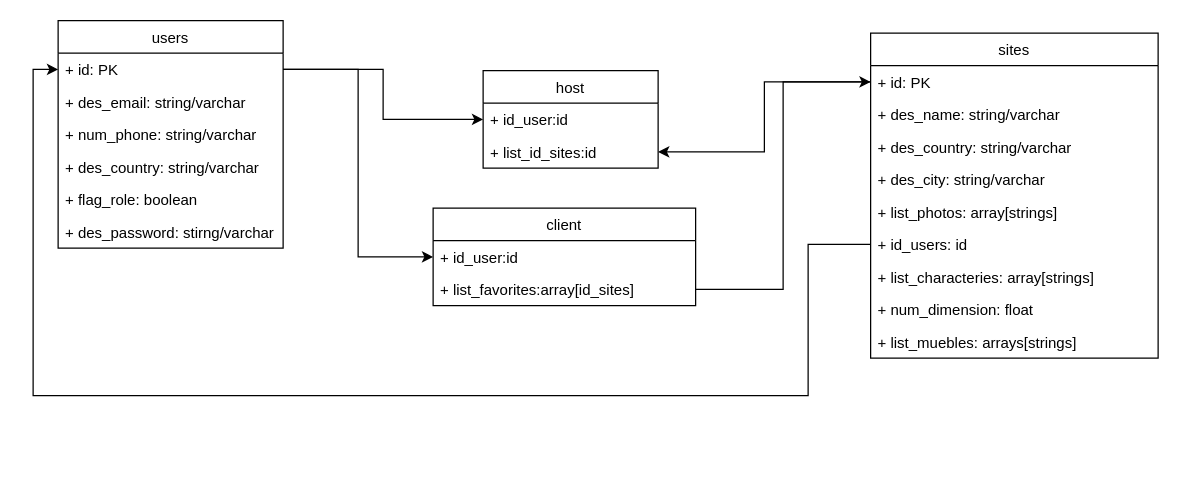
Above: databasediagram.drawio in andresmesad09/Backend-LetsRoomie (draw.io), before the change. Source tidied: cells renumbered, new cells numbered last; positions are measured from the earlier drawing's top-left corner, leaving out a move shared by most shapes. Both pictures are drawn from the tidied source at 125%, with x=0, y=0 at pixel (32, 20).
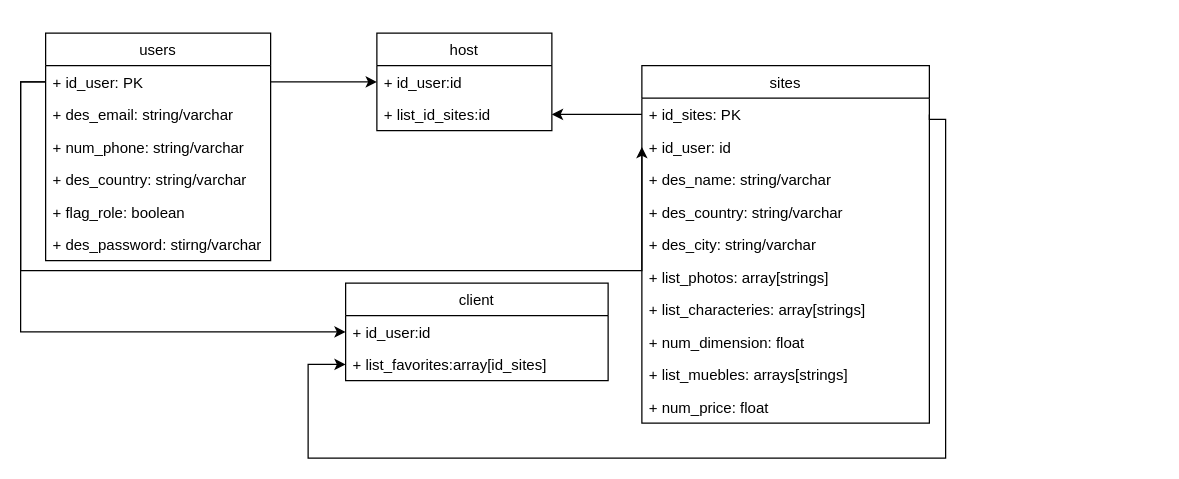
The same page after the edit.

Unchanged cells that the change refers to:
```xml
<mxCell id="27" value="+ id_user:id" style="text;strokeColor=none;fillColor=none;align=left;verticalAlign=top;spacingLeft=4;spacingRight=4;overflow=hidden;points=[[0,0.5],[1,0.5]];portConstraint=eastwest;" parent="26" vertex="1">
  <mxGeometry y="26" width="210" height="26" as="geometry" />
</mxCell>
<mxCell id="28" value="+ list_favorites:array[id_sites]" style="text;strokeColor=none;fillColor=none;align=left;verticalAlign=top;spacingLeft=4;spacingRight=4;overflow=hidden;points=[[0,0.5],[1,0.5]];portConstraint=eastwest;" parent="26" vertex="1">
  <mxGeometry y="52" width="210" height="26" as="geometry" />
</mxCell>
```

Diff of the diagram source:
```diff
@@
+    <mxCell id="11" value="host" style="swimlane;fontStyle=0;horizontal=1;startSize=26;fillColor=none;" parent="1" vertex="1">
+      <mxGeometry x="275" y="10" width="140" height="78" as="geometry" />
+    </mxCell>
+    <mxCell id="12" value="+ id_user:id" style="text;strokeColor=none;fillColor=none;align=left;verticalAlign=top;spacingLeft=4;spacingRight=4;overflow=hidden;points=[[0,0.5],[1,0.5]];portConstraint=eastwest;" parent="11" vertex="1">
+      <mxGeometry y="26" width="140" height="26" as="geometry" />
+    </mxCell>
+    <mxCell id="13" value="+ list_id_sites:id" style="text;strokeColor=none;fillColor=none;align=left;verticalAlign=top;spacingLeft=4;spacingRight=4;overflow=hidden;points=[[0,0.5],[1,0.5]];portConstraint=eastwest;" parent="11" vertex="1">
+      <mxGeometry y="52" width="140" height="26" as="geometry" />
+    </mxCell>
     <mxCell id="2" value="users" style="swimlane;fontStyle=0;horizontal=1;startSize=26;fillColor=none;" parent="1" vertex="1">
-      <mxGeometry x="20" width="180" height="182" as="geometry" />
+      <mxGeometry x="10" y="10" width="180" height="182" as="geometry" />
     </mxCell>
-    <mxCell id="3" value="+ id: PK" style="text;strokeColor=none;fillColor=none;align=left;verticalAlign=top;spacingLeft=4;spacingRight=4;overflow=hidden;points=[[0,0.5],[1,0.5]];portConstraint=eastwest;" parent="2" vertex="1">
+    <mxCell id="3" value="+ id_user: PK" style="text;strokeColor=none;fillColor=none;align=left;verticalAlign=top;spacingLeft=4;spacingRight=4;overflow=hidden;points=[[0,0.5],[1,0.5]];portConstraint=eastwest;" parent="2" vertex="1">
       <mxGeometry y="26" width="180" height="26" as="geometry" />
     </mxCell>
@@
-    <mxCell id="9" style="edgeStyle=orthogonalEdgeStyle;rounded=0;jettySize=auto;html=1;exitX=1;exitY=0.5;exitDx=0;exitDy=0;entryX=0;entryY=0.5;entryDx=0;entryDy=0;" parent="1" edge="1" source="3" target="12">
+    <mxCell id="9" style="edgeStyle=orthogonalEdgeStyle;rounded=0;jettySize=auto;html=1;entryX=0;entryY=0.5;entryDx=0;entryDy=0;" parent="1" edge="1" source="3" target="12">
       <mxGeometry relative="1" as="geometry" />
     </mxCell>
-    <mxCell id="10" style="edgeStyle=orthogonalEdgeStyle;rounded=0;jettySize=auto;html=1;exitX=1;exitY=0.5;exitDx=0;exitDy=0;entryX=0;entryY=0.5;entryDx=0;entryDy=0;" parent="1" edge="1" source="3" target="27">
+    <mxCell id="10" style="edgeStyle=orthogonalEdgeStyle;rounded=0;jettySize=auto;html=1;exitX=0;exitY=0.5;exitDx=0;exitDy=0;entryX=0;entryY=0.5;entryDx=0;entryDy=0;" parent="1" edge="1" source="3" target="27">
       <mxGeometry relative="1" as="geometry" />
     </mxCell>
-    <mxCell id="11" value="host" style="swimlane;fontStyle=0;horizontal=1;startSize=26;fillColor=none;" parent="1" vertex="1">
-      <mxGeometry x="360" y="40" width="140" height="78" as="geometry" />
-    </mxCell>
-    <mxCell id="12" value="+ id_user:id" style="text;strokeColor=none;fillColor=none;align=left;verticalAlign=top;spacingLeft=4;spacingRight=4;overflow=hidden;points=[[0,0.5],[1,0.5]];portConstraint=eastwest;" parent="11" vertex="1">
-      <mxGeometry y="26" width="140" height="26" as="geometry" />
-    </mxCell>
-    <mxCell id="13" value="+ list_id_sites:id" style="text;strokeColor=none;fillColor=none;align=left;verticalAlign=top;spacingLeft=4;spacingRight=4;overflow=hidden;points=[[0,0.5],[1,0.5]];portConstraint=eastwest;" parent="11" vertex="1">
-      <mxGeometry y="52" width="140" height="26" as="geometry" />
-    </mxCell>
+    <mxCell id="30" style="edgeStyle=orthogonalEdgeStyle;rounded=0;jettySize=auto;html=1;exitX=0;exitY=0.5;exitDx=0;exitDy=0;entryX=0;entryY=0.5;entryDx=0;entryDy=0;" parent="1" edge="1" source="3" target="22">
+      <mxGeometry relative="1" as="geometry">
+        <Array as="points">
+          <mxPoint x="-10" y="49" />
+          <mxPoint x="-10" y="200" />
+          <mxPoint x="487" y="200" />
+        </Array>
+      </mxGeometry>
+    </mxCell>
+    <mxCell id="31" style="edgeStyle=orthogonalEdgeStyle;rounded=0;jettySize=auto;html=1;exitX=1;exitY=0.5;exitDx=0;exitDy=0;entryX=0;entryY=0.5;entryDx=0;entryDy=0;" parent="1" edge="1" source="17" target="28">
+      <mxGeometry relative="1" as="geometry">
+        <Array as="points">
+          <mxPoint x="717" y="79" />
+          <mxPoint x="730" y="79" />
+          <mxPoint x="730" y="350" />
+          <mxPoint x="220" y="350" />
+          <mxPoint x="220" y="275" />
+        </Array>
+      </mxGeometry>
+    </mxCell>
@@
-    <mxCell id="15" style="edgeStyle=orthogonalEdgeStyle;rounded=0;jettySize=auto;html=1;exitX=0;exitY=0.5;exitDx=0;exitDy=0;entryX=0;entryY=0.5;entryDx=0;entryDy=0;" parent="1" edge="1" source="22" target="3">
-      <mxGeometry relative="1" as="geometry">
-        <Array as="points">
-          <mxPoint x="620" y="300" />
-          <mxPoint y="300" />
-          <mxPoint y="39" />
-        </Array>
-      </mxGeometry>
-    </mxCell>
     <mxCell id="16" value="sites" style="swimlane;fontStyle=0;horizontal=1;startSize=26;fillColor=none;" parent="1" vertex="1">
-      <mxGeometry x="670" y="10" width="230" height="260" as="geometry" />
+      <mxGeometry x="487" y="36" width="230" height="286" as="geometry" />
     </mxCell>
-    <mxCell id="17" value="+ id: PK" style="text;strokeColor=none;fillColor=none;align=left;verticalAlign=top;spacingLeft=4;spacingRight=4;overflow=hidden;points=[[0,0.5],[1,0.5]];portConstraint=eastwest;" parent="16" vertex="1">
+    <mxCell id="17" value="+ id_sites: PK" style="text;strokeColor=none;fillColor=none;align=left;verticalAlign=top;spacingLeft=4;spacingRight=4;overflow=hidden;points=[[0,0.5],[1,0.5]];portConstraint=eastwest;" parent="16" vertex="1">
       <mxGeometry y="26" width="230" height="26" as="geometry" />
     </mxCell>
+    <mxCell id="22" value="+ id_user: id" style="text;strokeColor=none;fillColor=none;align=left;verticalAlign=top;spacingLeft=4;spacingRight=4;overflow=hidden;points=[[0,0.5],[1,0.5]];portConstraint=eastwest;" parent="16" vertex="1">
+      <mxGeometry y="52" width="230" height="26" as="geometry" />
+    </mxCell>
     <mxCell id="18" value="+ des_name: string/varchar" style="text;strokeColor=none;fillColor=none;align=left;verticalAlign=top;spacingLeft=4;spacingRight=4;overflow=hidden;" parent="16" vertex="1">
-      <mxGeometry y="52" width="230" height="26" as="geometry" />
+      <mxGeometry y="78" width="230" height="26" as="geometry" />
     </mxCell>
     <mxCell id="19" value="+ des_country: string/varchar" style="text;strokeColor=none;fillColor=none;align=left;verticalAlign=top;spacingLeft=4;spacingRight=4;overflow=hidden;" parent="16" vertex="1">
-      <mxGeometry y="78" width="230" height="26" as="geometry" />
+      <mxGeometry y="104" width="230" height="26" as="geometry" />
     </mxCell>
     <mxCell id="20" value="+ des_city: string/varchar" style="text;strokeColor=none;fillColor=none;align=left;verticalAlign=top;spacingLeft=4;spacingRight=4;overflow=hidden;" parent="16" vertex="1">
-      <mxGeometry y="104" width="230" height="26" as="geometry" />
+      <mxGeometry y="130" width="230" height="26" as="geometry" />
     </mxCell>
     <mxCell id="21" value="+ list_photos: array[strings]" style="text;strokeColor=none;fillColor=none;align=left;verticalAlign=top;spacingLeft=4;spacingRight=4;overflow=hidden;" parent="16" vertex="1">
-      <mxGeometry y="130" width="230" height="26" as="geometry" />
+      <mxGeometry y="156" width="230" height="26" as="geometry" />
     </mxCell>
-    <mxCell id="22" value="+ id_users: id" style="text;strokeColor=none;fillColor=none;align=left;verticalAlign=top;spacingLeft=4;spacingRight=4;overflow=hidden;points=[[0,0.5],[1,0.5]];portConstraint=eastwest;" parent="16" vertex="1">
-      <mxGeometry y="156" width="230" height="26" as="geometry" />
-    </mxCell>
@@
+    <mxCell id="32" value="+ num_price: float" style="text;strokeColor=none;fillColor=none;align=left;verticalAlign=top;spacingLeft=4;spacingRight=4;overflow=hidden;" parent="16" vertex="1">
+      <mxGeometry y="260" width="230" height="26" as="geometry" />
+    </mxCell>
     <mxCell id="26" value="client" style="swimlane;fontStyle=0;horizontal=1;startSize=26;fillColor=none;" parent="1" vertex="1">
-      <mxGeometry x="320" y="150" width="210" height="78" as="geometry" />
+      <mxGeometry x="250" y="210" width="210" height="78" as="geometry" />
     </mxCell>
@@
-    <mxCell id="29" style="edgeStyle=orthogonalEdgeStyle;rounded=0;jettySize=auto;html=1;exitX=1;exitY=0.5;exitDx=0;exitDy=0;entryX=0;entryY=0.5;entryDx=0;entryDy=0;" parent="1" edge="1" source="28" target="17">
-      <mxGeometry relative="1" as="geometry" />
-    </mxCell>
```
